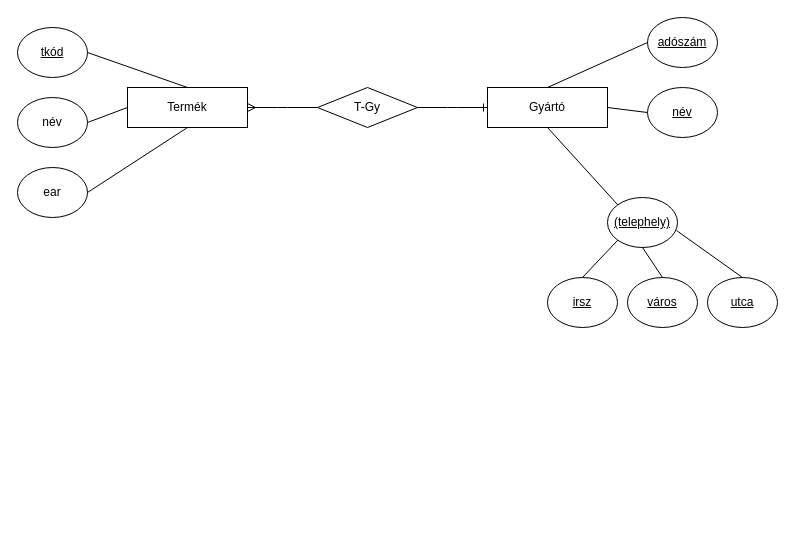
The draw.io diagram HEPMIU_0927/hepmiu_3.2.drawio in urbanoliver/HEPMIU_DB1Gyak, before the edit. Source tidied: cells renumbered, new cells numbered last; positions are measured from the earlier drawing's top-left corner, leaving out a move shared by most shapes. Both pictures are drawn from the tidied source at 100%, with x=0, y=0 at pixel (17, 17).
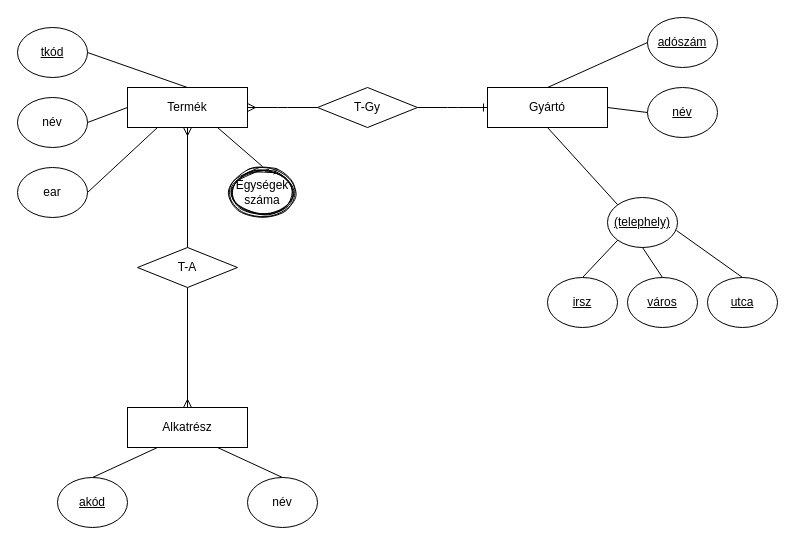
Above is the later version.

Unchanged cells that the change refers to:
```xml
<mxCell id="2" value="Termék" style="rounded=0;whiteSpace=wrap;html=1;" parent="1" vertex="1">
  <mxGeometry x="110" y="70" width="120" height="40" as="geometry" />
</mxCell>
<mxCell id="8" value="ear" style="ellipse;whiteSpace=wrap;html=1;" parent="1" vertex="1">
  <mxGeometry y="150" width="70" height="50" as="geometry" />
</mxCell>
```

Change to the diagram source:
```diff
@@
-    <mxCell id="11" style="endArrow=none;html=1;rounded=0;exitX=1;exitY=0.5;exitDx=0;exitDy=0;entryX=0.5;entryY=1;entryDx=0;entryDy=0;" parent="1" edge="1" source="8" target="2">
+    <mxCell id="11" style="endArrow=none;html=1;rounded=0;exitX=1;exitY=0.5;exitDx=0;exitDy=0;entryX=0.25;entryY=1;entryDx=0;entryDy=0;" parent="1" edge="1" source="8" target="2">
       <mxGeometry relative="1" as="geometry" />
     </mxCell>
@@
+    <mxCell id="25" style="endArrow=none;html=1;rounded=0;entryX=0.5;entryY=0;entryDx=0;entryDy=0;exitX=0.75;exitY=1;exitDx=0;exitDy=0;" parent="1" edge="1" source="2">
+      <mxGeometry relative="1" as="geometry">
+        <mxPoint x="245" y="149" as="targetPoint" />
+      </mxGeometry>
+    </mxCell>
+    <mxCell id="26" value="Alkatrész" style="rounded=0;whiteSpace=wrap;html=1;" parent="1" vertex="1">
+      <mxGeometry x="110" y="390" width="120" height="40" as="geometry" />
+    </mxCell>
+    <mxCell id="27" value="T-A" style="shape=rhombus;perimeter=rhombusPerimeter;whiteSpace=wrap;html=1;align=center;" parent="1" vertex="1">
+      <mxGeometry x="120" y="230" width="100" height="40" as="geometry" />
+    </mxCell>
+    <mxCell id="28" value="Egységek száma" style="ellipse;shape=doubleEllipse;margin=3;whiteSpace=wrap;html=1;align=center;shadow=0;sketch=1;fillStyle=solid;strokeColor=default;" parent="1" vertex="1">
+      <mxGeometry x="210" y="150" width="70" height="50" as="geometry" />
+    </mxCell>
+    <mxCell id="29" value="akód" style="ellipse;whiteSpace=wrap;html=1;fontStyle=4;" parent="1" vertex="1">
+      <mxGeometry x="40" y="460" width="70" height="50" as="geometry" />
+    </mxCell>
+    <mxCell id="30" value="név" style="ellipse;whiteSpace=wrap;html=1;" parent="1" vertex="1">
+      <mxGeometry x="230" y="460" width="70" height="50" as="geometry" />
+    </mxCell>
+    <mxCell id="31" style="endArrow=none;html=1;rounded=0;strokeColor=default;jumpStyle=line;exitX=0.5;exitY=0;exitDx=0;exitDy=0;entryX=0.25;entryY=1;entryDx=0;entryDy=0;" parent="1" edge="1" source="29" target="26">
+      <mxGeometry relative="1" as="geometry" />
+    </mxCell>
+    <mxCell id="32" style="endArrow=none;html=1;rounded=0;strokeColor=default;jumpStyle=line;entryX=0.5;entryY=0;entryDx=0;entryDy=0;exitX=0.75;exitY=1;exitDx=0;exitDy=0;" parent="1" edge="1" source="26" target="30">
+      <mxGeometry relative="1" as="geometry" />
+    </mxCell>
+    <mxCell id="33" style="fontSize=12;html=1;endArrow=ERmany;rounded=0;strokeColor=default;jumpStyle=line;exitX=0.5;exitY=0;exitDx=0;exitDy=0;entryX=0.5;entryY=1;entryDx=0;entryDy=0;" parent="1" edge="1" source="27" target="2">
+      <mxGeometry relative="1" as="geometry" />
+    </mxCell>
+    <mxCell id="34" style="fontSize=12;html=1;endArrow=ERmany;strokeColor=default;jumpStyle=line;entryX=0.5;entryY=0;entryDx=0;entryDy=0;exitX=0.5;exitY=1;exitDx=0;exitDy=0;rounded=0;endFill=0;" parent="1" edge="1" source="27" target="26">
+      <mxGeometry relative="1" as="geometry" />
+    </mxCell>
```
